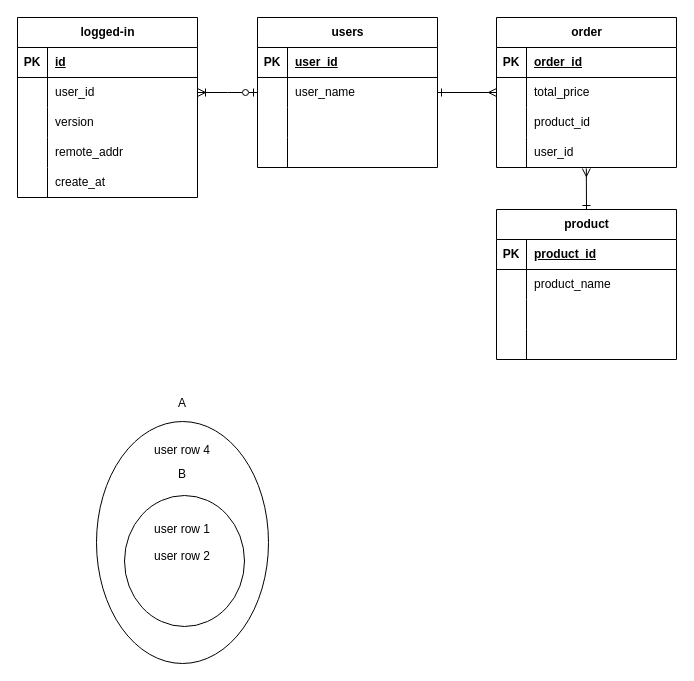
Before: userErd.drawio in choiminwoo2/data-storage, a draw.io diagram. Source tidied: cells renumbered, new cells numbered last; positions are measured from the earlier drawing's top-left corner, leaving out a move shared by most shapes. Both pictures are drawn from the tidied source at 100%, with x=0, y=0 at pixel (17, 17).
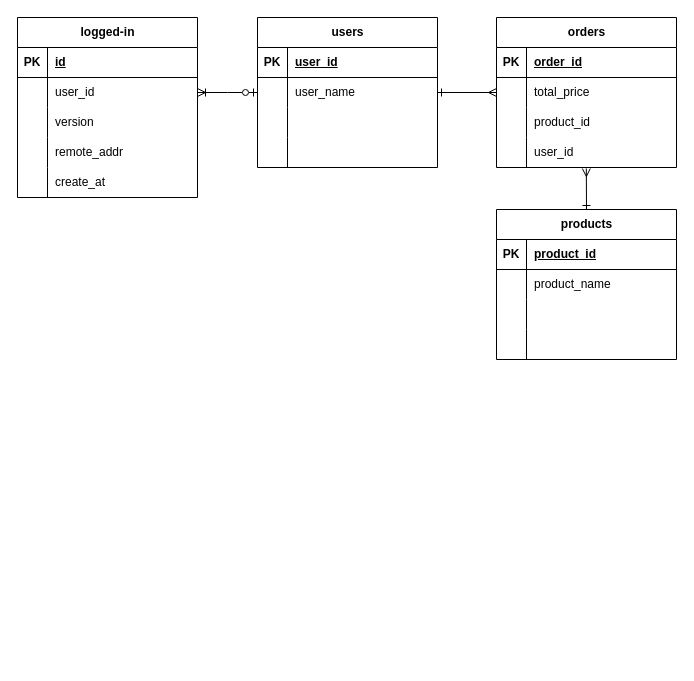
The same diagram, later.

Change to the diagram source:
```diff
@@
-    <mxCell id="32" value="order" style="shape=table;startSize=30;childLayout=tableLayout;rowLines=0;fontStyle=1;align=center;html=1;" parent="1" vertex="1">
+    <mxCell id="32" value="orders" style="shape=table;startSize=30;childLayout=tableLayout;rowLines=0;fontStyle=1;align=center;html=1;" parent="1" vertex="1">
       <mxGeometry x="479" width="180" height="150" as="geometry" />
     </mxCell>
@@
-    <mxCell id="46" value="product" style="shape=table;startSize=30;childLayout=tableLayout;rowLines=0;fontStyle=1;align=center;html=1;" parent="1" vertex="1">
+    <mxCell id="46" value="products" style="shape=table;startSize=30;childLayout=tableLayout;rowLines=0;fontStyle=1;align=center;html=1;" parent="1" vertex="1">
       <mxGeometry x="479" y="192" width="180" height="150" as="geometry" />
     </mxCell>
@@
-    <mxCell id="60" style="ellipse;whiteSpace=wrap;html=1;" parent="1" vertex="1">
-      <mxGeometry x="79" y="404" width="172" height="242" as="geometry" />
-    </mxCell>
-    <mxCell id="61" value="A" style="text;html=1;align=center;verticalAlign=middle;whiteSpace=wrap;rounded=0;" parent="1" vertex="1">
-      <mxGeometry x="135" y="371" width="60" height="30" as="geometry" />
-    </mxCell>
-    <mxCell id="62" style="ellipse;whiteSpace=wrap;html=1;" parent="1" vertex="1">
-      <mxGeometry x="107" y="478" width="120" height="131" as="geometry" />
-    </mxCell>
-    <mxCell id="63" value="B" style="text;html=1;align=center;verticalAlign=middle;whiteSpace=wrap;rounded=0;" parent="1" vertex="1">
-      <mxGeometry x="135" y="442" width="60" height="30" as="geometry" />
-    </mxCell>
-    <mxCell id="64" value="user row 4" style="text;html=1;align=center;verticalAlign=middle;whiteSpace=wrap;rounded=0;" parent="1" vertex="1">
-      <mxGeometry x="135" y="418" width="60" height="30" as="geometry" />
-    </mxCell>
-    <mxCell id="65" value="user row 1" style="text;html=1;align=center;verticalAlign=middle;whiteSpace=wrap;rounded=0;" parent="1" vertex="1">
-      <mxGeometry x="135" y="497" width="60" height="30" as="geometry" />
-    </mxCell>
-    <mxCell id="66" value="user row 2" style="text;html=1;align=center;verticalAlign=middle;whiteSpace=wrap;rounded=0;" parent="1" vertex="1">
-      <mxGeometry x="135" y="524" width="60" height="30" as="geometry" />
-    </mxCell>
```
